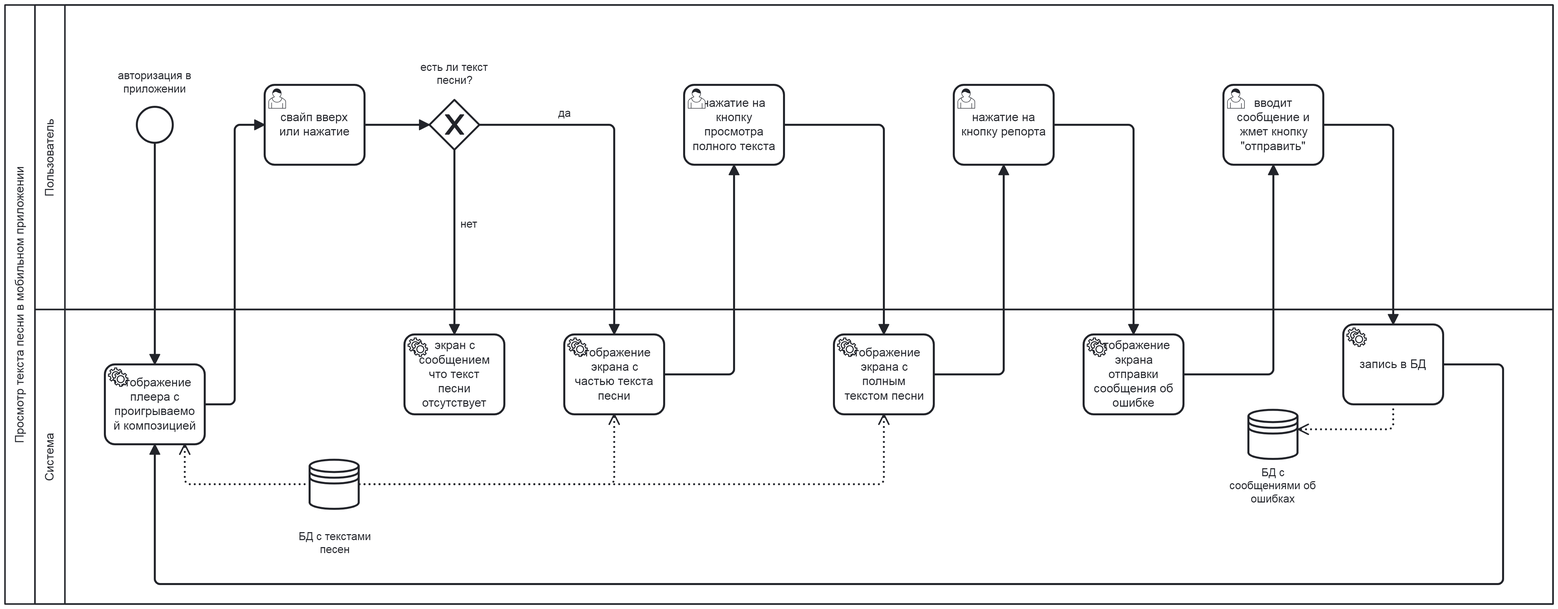
Above: Gorin_Andrey/Ex_04_BPMN.png in abdullahproff/BSA21_1 (BPMN), before the change. Its source is kept beside it as Gorin_Andrey/Ex_04_BPMN.bpmn. Ids are renumbered.
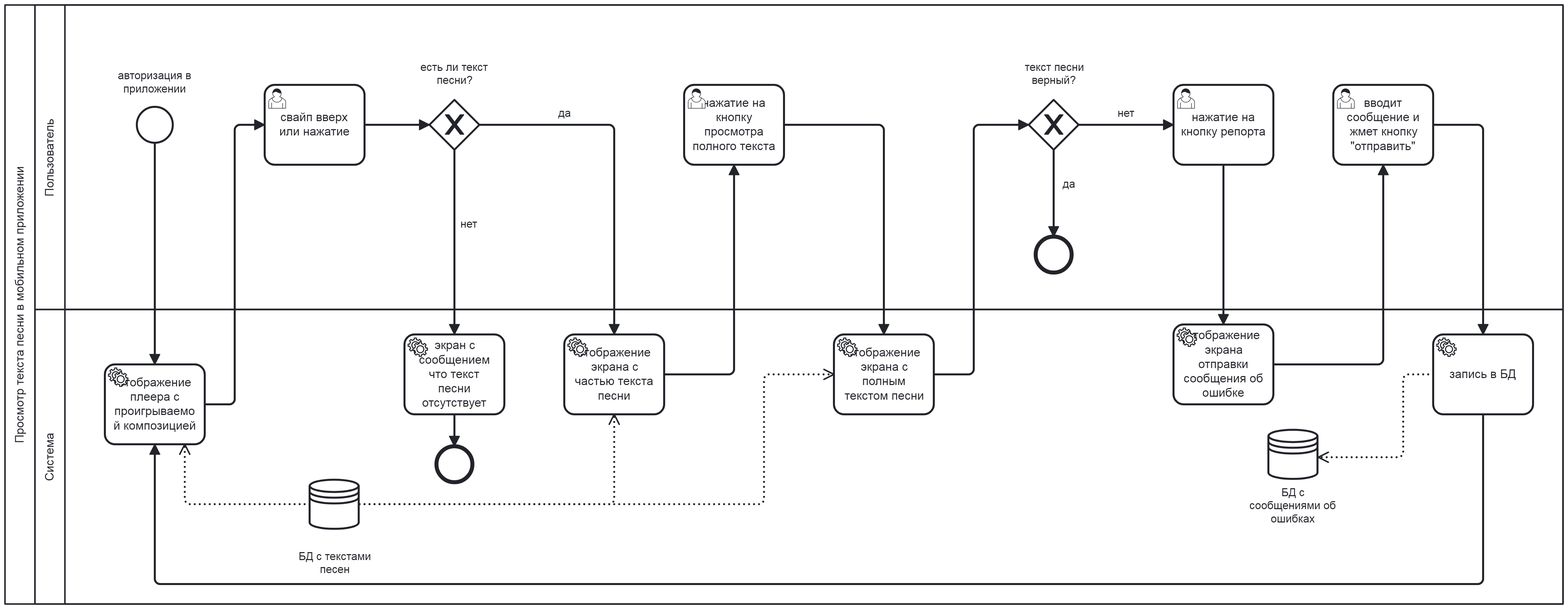
After the commit.

The edit, as a diff of the source:
```diff
@@ -9,7 +9,9 @@
         <bpmn:flowNodeRef>Activity_n7</bpmn:flowNodeRef>
         <bpmn:flowNodeRef>Gateway_n8</bpmn:flowNodeRef>
         <bpmn:flowNodeRef>Activity_n9</bpmn:flowNodeRef>
+        <bpmn:flowNodeRef>Gateway_n44</bpmn:flowNodeRef>
         <bpmn:flowNodeRef>Activity_n10</bpmn:flowNodeRef>
+        <bpmn:flowNodeRef>Event_n45</bpmn:flowNodeRef>
         <bpmn:flowNodeRef>Activity_n11</bpmn:flowNodeRef>
         <bpmn:childLaneSet id="LaneSet_n12">
           <bpmn:lane id="Lane_n13">
@@ -17,7 +19,9 @@
             <bpmn:flowNodeRef>Activity_n7</bpmn:flowNodeRef>
             <bpmn:flowNodeRef>Gateway_n8</bpmn:flowNodeRef>
             <bpmn:flowNodeRef>Activity_n9</bpmn:flowNodeRef>
+            <bpmn:flowNodeRef>Gateway_n44</bpmn:flowNodeRef>
             <bpmn:flowNodeRef>Activity_n10</bpmn:flowNodeRef>
+            <bpmn:flowNodeRef>Event_n45</bpmn:flowNodeRef>
             <bpmn:flowNodeRef>Activity_n11</bpmn:flowNodeRef>
           </bpmn:lane>
         </bpmn:childLaneSet>
@@ -29,6 +33,7 @@
         <bpmn:flowNodeRef>Activity_n18</bpmn:flowNodeRef>
         <bpmn:flowNodeRef>Activity_n19</bpmn:flowNodeRef>
         <bpmn:flowNodeRef>Activity_n20</bpmn:flowNodeRef>
+        <bpmn:flowNodeRef>Event_n46</bpmn:flowNodeRef>
         <bpmn:childLaneSet id="LaneSet_n21">
           <bpmn:lane id="Lane_n22">
             <bpmn:flowNodeRef>Activity_n15</bpmn:flowNodeRef>
@@ -37,6 +42,7 @@
             <bpmn:flowNodeRef>Activity_n18</bpmn:flowNodeRef>
             <bpmn:flowNodeRef>Activity_n19</bpmn:flowNodeRef>
             <bpmn:flowNodeRef>Activity_n20</bpmn:flowNodeRef>
+            <bpmn:flowNodeRef>Event_n46</bpmn:flowNodeRef>
           </bpmn:lane>
         </bpmn:childLaneSet>
       </bpmn:lane>
@@ -74,6 +80,7 @@
     </bpmn:serviceTask>
     <bpmn:serviceTask id="Activity_n17" name="экран с сообщением что текст песни отсутствует">
       <bpmn:incoming>Flow_n30</bpmn:incoming>
+      <bpmn:outgoing>Flow_n47</bpmn:outgoing>
     </bpmn:serviceTask>
     <bpmn:userTask id="Activity_n9" name="нажатие на кнопку просмотра полного текста">
       <bpmn:incoming>Flow_n32</bpmn:incoming>
@@ -81,34 +88,13 @@
     </bpmn:userTask>
     <bpmn:serviceTask id="Activity_n18" name="отображение экрана с полным текстом песни">
       <bpmn:incoming>Flow_n35</bpmn:incoming>
-      <bpmn:outgoing>Flow_n36</bpmn:outgoing>
+      <bpmn:outgoing>Flow_n48</bpmn:outgoing>
       <bpmn:property id="Property_n37" name="__targetRef_placeholder" />
       <bpmn:dataInputAssociation id="DataInputAssociation_n38">
         <bpmn:sourceRef>DataStoreReference_n28</bpmn:sourceRef>
         <bpmn:targetRef>Property_n37</bpmn:targetRef>
       </bpmn:dataInputAssociation>
     </bpmn:serviceTask>
-    <bpmn:userTask id="Activity_n10" name="нажатие на кнопку репорта">
-      <bpmn:incoming>Flow_n36</bpmn:incoming>
-      <bpmn:outgoing>Flow_n39</bpmn:outgoing>
-    </bpmn:userTask>
-    <bpmn:serviceTask id="Activity_n19" name="отображение экрана отправки сообщения об ошибке">
-      <bpmn:incoming>Flow_n39</bpmn:incoming>
-      <bpmn:outgoing>Flow_n40</bpmn:outgoing>
-    </bpmn:serviceTask>
-    <bpmn:userTask id="Activity_n11" name="вводит сообщение и жмет кнопку &#34;отправить&#34;">
-      <bpmn:incoming>Flow_n40</bpmn:incoming>
-      <bpmn:outgoing>Flow_n41</bpmn:outgoing>
-    </bpmn:userTask>
-    <bpmn:serviceTask id="Activity_n20" name="запись в БД">
-      <bpmn:incoming>Flow_n41</bpmn:incoming>
-      <bpmn:outgoing>Flow_n24</bpmn:outgoing>
-      <bpmn:dataOutputAssociation id="DataOutputAssociation_n42">
-        <bpmn:targetRef>DataStoreReference_n43</bpmn:targetRef>
-      </bpmn:dataOutputAssociation>
-    </bpmn:serviceTask>
-    <bpmn:dataStoreReference id="DataStoreReference_n43" name="БД с сообщениями об ошибках" />
-    <bpmn:dataStoreReference id="DataStoreReference_n28" name="БД с текстами песен" />
     <bpmn:sequenceFlow id="Flow_n23" sourceRef="Event_n6" targetRef="Activity_n15" />
     <bpmn:sequenceFlow id="Flow_n24" sourceRef="Activity_n20" targetRef="Activity_n15" />
     <bpmn:sequenceFlow id="Flow_n25" sourceRef="Activity_n15" targetRef="Activity_n7" />
@@ -117,30 +103,65 @@
     <bpmn:sequenceFlow id="Flow_n31" name="да" sourceRef="Gateway_n8" targetRef="Activity_n16" />
     <bpmn:sequenceFlow id="Flow_n32" sourceRef="Activity_n16" targetRef="Activity_n9" />
     <bpmn:sequenceFlow id="Flow_n35" sourceRef="Activity_n9" targetRef="Activity_n18" />
-    <bpmn:sequenceFlow id="Flow_n36" sourceRef="Activity_n18" targetRef="Activity_n10" />
     <bpmn:sequenceFlow id="Flow_n39" sourceRef="Activity_n10" targetRef="Activity_n19" />
-    <bpmn:sequenceFlow id="Flow_n40" sourceRef="Activity_n19" targetRef="Activity_n11" />
     <bpmn:sequenceFlow id="Flow_n41" sourceRef="Activity_n11" targetRef="Activity_n20" />
+    <bpmn:sequenceFlow id="Flow_n47" sourceRef="Activity_n17" targetRef="Event_n46" />
+    <bpmn:dataStoreReference id="DataStoreReference_n28" name="БД с текстами песен" />
+    <bpmn:sequenceFlow id="Flow_n49" sourceRef="Activity_n19" targetRef="Activity_n11" />
+    <bpmn:exclusiveGateway id="Gateway_n44" name="текст песни верный?">
+      <bpmn:incoming>Flow_n48</bpmn:incoming>
+      <bpmn:outgoing>Flow_n50</bpmn:outgoing>
+      <bpmn:outgoing>Flow_n51</bpmn:outgoing>
+    </bpmn:exclusiveGateway>
+    <bpmn:userTask id="Activity_n10" name="нажатие на кнопку репорта">
+      <bpmn:incoming>Flow_n51</bpmn:incoming>
+      <bpmn:outgoing>Flow_n39</bpmn:outgoing>
+    </bpmn:userTask>
+    <bpmn:sequenceFlow id="Flow_n48" sourceRef="Activity_n18" targetRef="Gateway_n44" />
+    <bpmn:endEvent id="Event_n45">
+      <bpmn:incoming>Flow_n50</bpmn:incoming>
+    </bpmn:endEvent>
+    <bpmn:sequenceFlow id="Flow_n50" name="да" sourceRef="Gateway_n44" targetRef="Event_n45" />
+    <bpmn:sequenceFlow id="Flow_n51" name="нет" sourceRef="Gateway_n44" targetRef="Activity_n10" />
+    <bpmn:serviceTask id="Activity_n19" name="отображение экрана отправки сообщения об ошибке">
+      <bpmn:incoming>Flow_n39</bpmn:incoming>
+      <bpmn:outgoing>Flow_n49</bpmn:outgoing>
+    </bpmn:serviceTask>
+    <bpmn:userTask id="Activity_n11" name="вводит сообщение и жмет кнопку &#34;отправить&#34;">
+      <bpmn:incoming>Flow_n49</bpmn:incoming>
+      <bpmn:outgoing>Flow_n41</bpmn:outgoing>
+    </bpmn:userTask>
+    <bpmn:dataStoreReference id="DataStoreReference_n43" name="БД с сообщениями об ошибках" />
+    <bpmn:serviceTask id="Activity_n20" name="запись в БД">
+      <bpmn:incoming>Flow_n41</bpmn:incoming>
+      <bpmn:outgoing>Flow_n24</bpmn:outgoing>
+      <bpmn:dataOutputAssociation id="DataOutputAssociation_n42">
+        <bpmn:targetRef>DataStoreReference_n43</bpmn:targetRef>
+      </bpmn:dataOutputAssociation>
+    </bpmn:serviceTask>
+    <bpmn:endEvent id="Event_n46">
+      <bpmn:incoming>Flow_n47</bpmn:incoming>
+    </bpmn:endEvent>
   </bpmn:process>
   <bpmndi:BPMNDiagram id="BPMNDiagram_1">
     <bpmndi:BPMNPlane id="BPMNPlane_1" bpmnElement="Collaboration_n1">
       <bpmndi:BPMNShape id="Participant_n2_di" bpmnElement="Participant_n2" isHorizontal="true">
-        <dc:Bounds x="160" y="80" width="1550" height="600" />
+        <dc:Bounds x="160" y="80" width="1560" height="600" />
         <bpmndi:BPMNLabel />
       </bpmndi:BPMNShape>
       <bpmndi:BPMNShape id="Lane_n5_di" bpmnElement="Lane_n5" isHorizontal="true">
-        <dc:Bounds x="190" y="80" width="1520" height="305" />
+        <dc:Bounds x="190" y="80" width="1530" height="305" />
         <bpmndi:BPMNLabel />
       </bpmndi:BPMNShape>
       <bpmndi:BPMNShape id="Lane_n13_di" bpmnElement="Lane_n13" isHorizontal="true">
-        <dc:Bounds x="220" y="80" width="1490" height="305" />
+        <dc:Bounds x="220" y="80" width="1500" height="305" />
       </bpmndi:BPMNShape>
       <bpmndi:BPMNShape id="Lane_n14_di" bpmnElement="Lane_n14" isHorizontal="true">
-        <dc:Bounds x="190" y="385" width="1520" height="295" />
+        <dc:Bounds x="190" y="385" width="1530" height="295" />
         <bpmndi:BPMNLabel />
       </bpmndi:BPMNShape>
       <bpmndi:BPMNShape id="Lane_n22_di" bpmnElement="Lane_n22" isHorizontal="true">
-        <dc:Bounds x="220" y="385" width="1490" height="295" />
+        <dc:Bounds x="220" y="385" width="1500" height="295" />
       </bpmndi:BPMNShape>
       <bpmndi:BPMNShape id="Event_n6_di" bpmnElement="Event_n6">
         <dc:Bounds x="292" y="182" width="36" height="36" />
@@ -178,42 +199,53 @@
         <dc:Bounds x="990" y="410" width="100" height="80" />
         <bpmndi:BPMNLabel />
       </bpmndi:BPMNShape>
+      <bpmndi:BPMNShape id="DataStoreReference_n28_di" bpmnElement="DataStoreReference_n28">
+        <dc:Bounds x="465" y="555" width="50" height="50" />
+        <bpmndi:BPMNLabel>
+          <dc:Bounds x="454" y="626" width="73" height="27" />
+        </bpmndi:BPMNLabel>
+      </bpmndi:BPMNShape>
+      <bpmndi:BPMNShape id="Gateway_n44_di" bpmnElement="Gateway_n44" isMarkerVisible="true">
+        <dc:Bounds x="1185" y="175" width="50" height="50" />
+        <bpmndi:BPMNLabel>
+          <dc:Bounds x="1181" y="136" width="59" height="27" />
+        </bpmndi:BPMNLabel>
+      </bpmndi:BPMNShape>
       <bpmndi:BPMNShape id="Activity_n10_di" bpmnElement="Activity_n10">
-        <dc:Bounds x="1110" y="160" width="100" height="80" />
+        <dc:Bounds x="1330" y="160" width="100" height="80" />
         <bpmndi:BPMNLabel />
       </bpmndi:BPMNShape>
+      <bpmndi:BPMNShape id="Event_n45_di" bpmnElement="Event_n45">
+        <dc:Bounds x="1192" y="312" width="36" height="36" />
+      </bpmndi:BPMNShape>
       <bpmndi:BPMNShape id="Activity_n19_di" bpmnElement="Activity_n19">
-        <dc:Bounds x="1240" y="410" width="100" height="80" />
+        <dc:Bounds x="1330" y="400" width="100" height="80" />
         <bpmndi:BPMNLabel />
       </bpmndi:BPMNShape>
       <bpmndi:BPMNShape id="Activity_n11_di" bpmnElement="Activity_n11">
-        <dc:Bounds x="1380" y="160" width="100" height="80" />
-        <bpmndi:BPMNLabel />
-      </bpmndi:BPMNShape>
-      <bpmndi:BPMNShape id="Activity_n20_di" bpmnElement="Activity_n20">
-        <dc:Bounds x="1500" y="400" width="100" height="80" />
+        <dc:Bounds x="1490" y="160" width="100" height="80" />
         <bpmndi:BPMNLabel />
       </bpmndi:BPMNShape>
       <bpmndi:BPMNShape id="DataStoreReference_n43_di" bpmnElement="DataStoreReference_n43">
-        <dc:Bounds x="1405" y="485" width="50" height="50" />
+        <dc:Bounds x="1425" y="505" width="50" height="50" />
         <bpmndi:BPMNLabel>
-          <dc:Bounds x="1386" y="542" width="88" height="40" />
+          <dc:Bounds x="1406" y="562" width="88" height="40" />
         </bpmndi:BPMNLabel>
       </bpmndi:BPMNShape>
-      <bpmndi:BPMNShape id="DataStoreReference_n28_di" bpmnElement="DataStoreReference_n28">
-        <dc:Bounds x="465" y="535" width="50" height="50" />
-        <bpmndi:BPMNLabel>
-          <dc:Bounds x="454" y="606" width="73" height="27" />
-        </bpmndi:BPMNLabel>
+      <bpmndi:BPMNShape id="Activity_n20_di" bpmnElement="Activity_n20">
+        <dc:Bounds x="1590" y="410" width="100" height="80" />
+        <bpmndi:BPMNLabel />
+      </bpmndi:BPMNShape>
+      <bpmndi:BPMNShape id="Event_n46_di" bpmnElement="Event_n46">
+        <dc:Bounds x="592" y="522" width="36" height="36" />
       </bpmndi:BPMNShape>
       <bpmndi:BPMNEdge id="Flow_n23_di" bpmnElement="Flow_n23">
         <di:waypoint x="310" y="218" />
         <di:waypoint x="310" y="440" />
       </bpmndi:BPMNEdge>
       <bpmndi:BPMNEdge id="Flow_n24_di" bpmnElement="Flow_n24">
-        <di:waypoint x="1600" y="440" />
-        <di:waypoint x="1660" y="440" />
-        <di:waypoint x="1660" y="660" />
+        <di:waypoint x="1640" y="490" />
+        <di:waypoint x="1640" y="660" />
         <di:waypoint x="310" y="660" />
         <di:waypoint x="310" y="520" />
       </bpmndi:BPMNEdge>
@@ -252,45 +284,65 @@
         <di:waypoint x="1040" y="200" />
         <di:waypoint x="1040" y="410" />
       </bpmndi:BPMNEdge>
-      <bpmndi:BPMNEdge id="Flow_n36_di" bpmnElement="Flow_n36">
-        <di:waypoint x="1090" y="450" />
-        <di:waypoint x="1160" y="450" />
-        <di:waypoint x="1160" y="240" />
-      </bpmndi:BPMNEdge>
       <bpmndi:BPMNEdge id="Flow_n39_di" bpmnElement="Flow_n39">
-        <di:waypoint x="1210" y="200" />
-        <di:waypoint x="1290" y="200" />
-        <di:waypoint x="1290" y="410" />
-      </bpmndi:BPMNEdge>
-      <bpmndi:BPMNEdge id="Flow_n40_di" bpmnElement="Flow_n40">
-        <di:waypoint x="1340" y="450" />
-        <di:waypoint x="1430" y="450" />
-        <di:waypoint x="1430" y="240" />
+        <di:waypoint x="1380" y="240" />
+        <di:waypoint x="1380" y="400" />
       </bpmndi:BPMNEdge>
       <bpmndi:BPMNEdge id="Flow_n41_di" bpmnElement="Flow_n41">
-        <di:waypoint x="1480" y="200" />
-        <di:waypoint x="1550" y="200" />
-        <di:waypoint x="1550" y="400" />
+        <di:waypoint x="1590" y="200" />
+        <di:waypoint x="1640" y="200" />
+        <di:waypoint x="1640" y="410" />
+      </bpmndi:BPMNEdge>
+      <bpmndi:BPMNEdge id="Flow_n47_di" bpmnElement="Flow_n47">
+        <di:waypoint x="610" y="490" />
+        <di:waypoint x="610" y="522" />
+      </bpmndi:BPMNEdge>
+      <bpmndi:BPMNEdge id="Flow_n49_di" bpmnElement="Flow_n49">
+        <di:waypoint x="1430" y="440" />
+        <di:waypoint x="1540" y="440" />
+        <di:waypoint x="1540" y="240" />
+      </bpmndi:BPMNEdge>
+      <bpmndi:BPMNEdge id="Flow_n48_di" bpmnElement="Flow_n48">
+        <di:waypoint x="1090" y="450" />
+        <di:waypoint x="1130" y="450" />
+        <di:waypoint x="1130" y="200" />
+        <di:waypoint x="1185" y="200" />
+      </bpmndi:BPMNEdge>
+      <bpmndi:BPMNEdge id="Flow_n50_di" bpmnElement="Flow_n50">
+        <di:waypoint x="1210" y="225" />
+        <di:waypoint x="1210" y="312" />
+        <bpmndi:BPMNLabel>
+          <dc:Bounds x="1219" y="253" width="12" height="14" />
+        </bpmndi:BPMNLabel>
+      </bpmndi:BPMNEdge>
+      <bpmndi:BPMNEdge id="Flow_n51_di" bpmnElement="Flow_n51">
+        <di:waypoint x="1235" y="200" />
+        <di:waypoint x="1330" y="200" />
+        <bpmndi:BPMNLabel>
+          <dc:Bounds x="1274" y="182" width="18" height="14" />
+        </bpmndi:BPMNLabel>
       </bpmndi:BPMNEdge>
       <bpmndi:BPMNEdge id="DataInputAssociation_n27_di" bpmnElement="DataInputAssociation_n27">
-        <di:waypoint x="465" y="560" />
-        <di:waypoint x="340" y="560" />
+        <di:waypoint x="465" y="580" />
+        <di:waypoint x="340" y="580" />
         <di:waypoint x="340" y="520" />
       </bpmndi:BPMNEdge>
       <bpmndi:BPMNEdge id="DataInputAssociation_n34_di" bpmnElement="DataInputAssociation_n34">
-        <di:waypoint x="515" y="560" />
-        <di:waypoint x="770" y="560" />
+        <di:waypoint x="515" y="580" />
+        <di:waypoint x="770" y="580" />
         <di:waypoint x="770" y="490" />
       </bpmndi:BPMNEdge>
       <bpmndi:BPMNEdge id="DataInputAssociation_n38_di" bpmnElement="DataInputAssociation_n38">
-        <di:waypoint x="515" y="560" />
-        <di:waypoint x="1040" y="560" />
-        <di:waypoint x="1040" y="490" />
+        <di:waypoint x="515" y="580" />
+        <di:waypoint x="920" y="580" />
+        <di:waypoint x="920" y="450" />
+        <di:waypoint x="990" y="450" />
       </bpmndi:BPMNEdge>
       <bpmndi:BPMNEdge id="DataOutputAssociation_n42_di" bpmnElement="DataOutputAssociation_n42">
-        <di:waypoint x="1550" y="480" />
-        <di:waypoint x="1550" y="505" />
-        <di:waypoint x="1455" y="505" />
+        <di:waypoint x="1590" y="450" />
+        <di:waypoint x="1560" y="450" />
+        <di:waypoint x="1560" y="533" />
+        <di:waypoint x="1475" y="533" />
       </bpmndi:BPMNEdge>
     </bpmndi:BPMNPlane>
   </bpmndi:BPMNDiagram>
```
